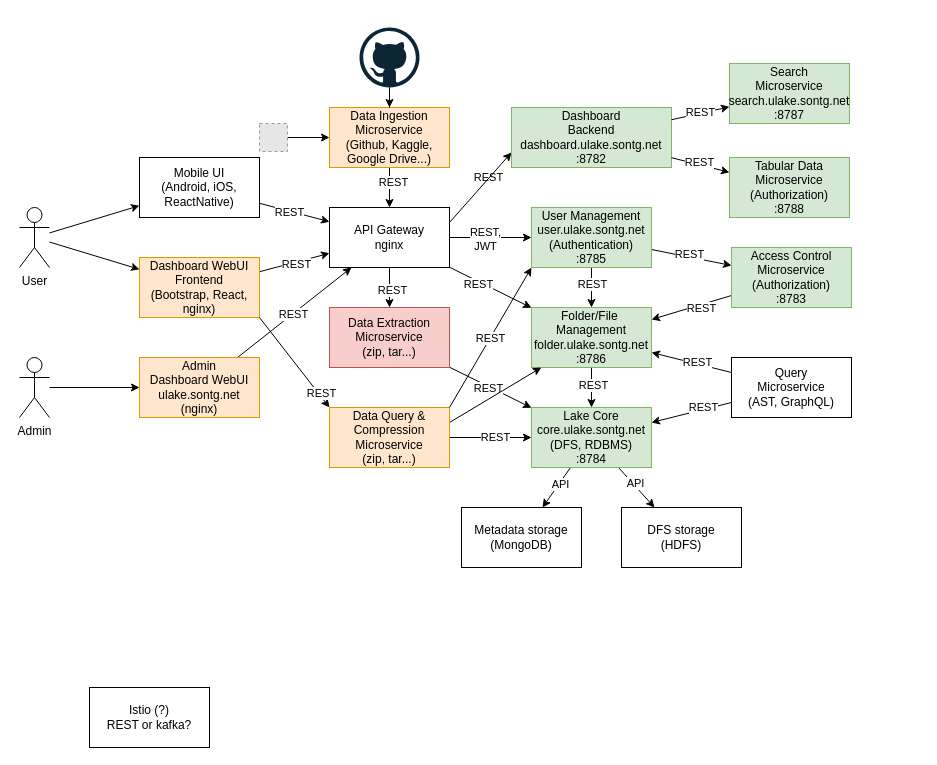
This is page "Page-1" (1 of 3) of docs/arch.drawio from larycoder/ulake-internship, a draw.io file, before an edit. Source tidied: cells renumbered, new cells numbered last; positions are measured from the earlier drawing's top-left corner, leaving out a move shared by most shapes. Both pictures are drawn from the tidied source at 100%, with x=0, y=0 at pixel (19, 27). Pictures stored in the file or linked from it are replaced by grey dashed boxes.
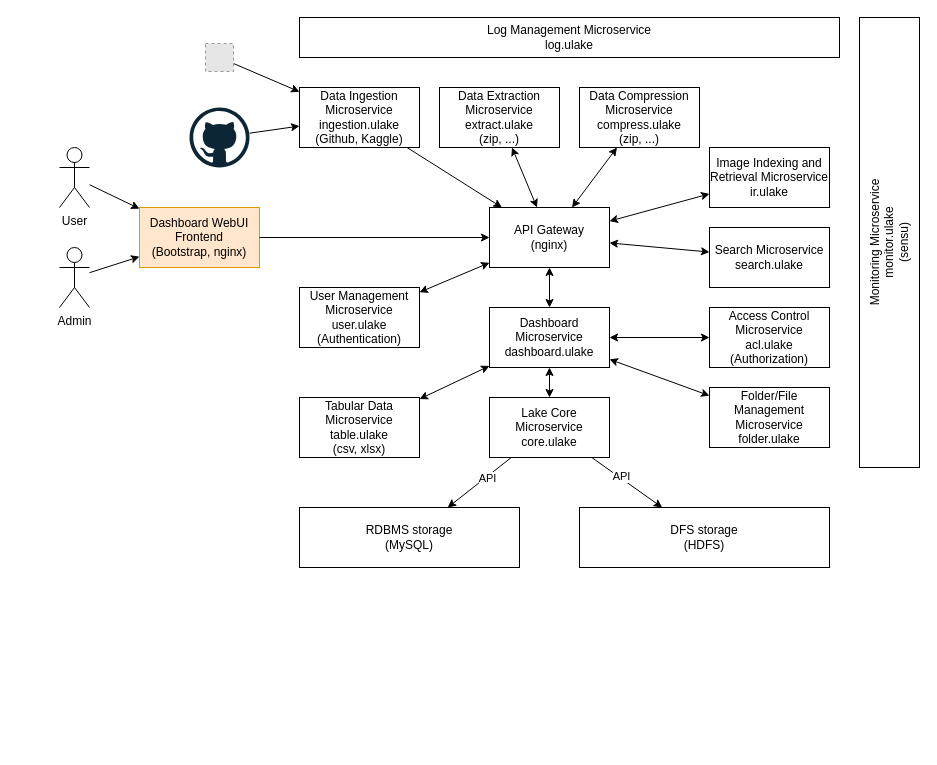
After the change.

Commit message:
docs: Update arch fig

The change refers to these unchanged cells:
```xml
<mxCell id="43" style="edgeStyle=none;rounded=0;jettySize=auto;html=1;" parent="1" edge="1" source="45" target="10">
  <mxGeometry relative="1" as="geometry" />
</mxCell>
```

What changed in the source:
```diff
@@
-    <mxCell id="2" style="edgeStyle=orthogonalEdgeStyle;rounded=0;jettySize=auto;html=1;" parent="1" edge="1" source="10" target="18">
+    <mxCell id="2" style="rounded=0;jettySize=auto;html=1;startArrow=classic;startFill=1;" parent="1" edge="1" source="10" target="18">
       <mxGeometry relative="1" as="geometry" />
     </mxCell>
-    <mxCell id="3" value="REST,&lt;br&gt;JWT" style="edgeLabel;html=1;align=center;verticalAlign=middle;" parent="2" vertex="1">
-      <mxGeometry x="-0.14" y="-1" relative="1" as="geometry" />
-    </mxCell>
-    <mxCell id="4" style="edgeStyle=orthogonalEdgeStyle;rounded=0;jettySize=auto;html=1;" parent="1" edge="1" source="10" target="53">
-      <mxGeometry relative="1" as="geometry" />
-    </mxCell>
-    <mxCell id="5" value="REST" style="edgeLabel;html=1;align=center;verticalAlign=middle;" parent="4" vertex="1">
-      <mxGeometry x="0.09" y="2" relative="1" as="geometry" />
-    </mxCell>
-    <mxCell id="6" style="rounded=0;jettySize=auto;html=1;" parent="1" edge="1" source="10" target="42">
+    <mxCell id="6" style="rounded=0;jettySize=auto;html=1;startArrow=classic;startFill=1;" parent="1" edge="1" source="67" target="42">
       <mxGeometry relative="1" as="geometry" />
     </mxCell>
-    <mxCell id="7" value="REST" style="edgeLabel;html=1;align=center;verticalAlign=middle;" parent="6" vertex="1">
-      <mxGeometry x="-0.27" y="-2" relative="1" as="geometry" />
-    </mxCell>
-    <mxCell id="8" value="REST" style="edgeLabel;html=1;align=center;verticalAlign=middle;" parent="6" vertex="1">
-      <mxGeometry x="-0.27" y="-2" relative="1" as="geometry">
-        <mxPoint x="10" y="-107" as="offset" />
-      </mxGeometry>
-    </mxCell>
-    <mxCell id="9" style="rounded=0;jettySize=auto;html=1;exitX=1;exitY=0.25;exitDx=0;exitDy=0;entryX=0;entryY=0.75;entryDx=0;entryDy=0;" parent="1" edge="1" source="10" target="67">
+    <mxCell id="9" style="rounded=0;jettySize=auto;html=1;startArrow=classic;startFill=1;" parent="1" edge="1" source="10" target="67">
       <mxGeometry relative="1" as="geometry" />
     </mxCell>
+    <mxCell id="74" style="edgeStyle=none;rounded=0;jettySize=auto;html=1;startArrow=classic;startFill=1;" parent="1" edge="1" source="10" target="68">
+      <mxGeometry relative="1" as="geometry" />
+    </mxCell>
+    <mxCell id="75" style="edgeStyle=none;rounded=0;jettySize=auto;html=1;startArrow=classic;startFill=1;" parent="1" edge="1" source="10" target="60">
+      <mxGeometry relative="1" as="geometry" />
+    </mxCell>
-    <mxCell id="10" value="API Gateway&lt;br&gt;nginx" style="rounded=0;whiteSpace=wrap;html=1;" parent="1" vertex="1">
-      <mxGeometry x="310" y="180" width="120" height="60" as="geometry" />
+    <mxCell id="10" value="API Gateway&lt;br&gt;(nginx)" style="rounded=0;whiteSpace=wrap;html=1;strokeColor=#000000;" parent="1" vertex="1">
+      <mxGeometry x="470" y="180" width="120" height="60" as="geometry" />
     </mxCell>
-    <mxCell id="11" style="edgeStyle=none;rounded=0;jettySize=auto;html=1;" parent="1" edge="1" source="13" target="31">
-      <mxGeometry relative="1" as="geometry" />
-    </mxCell>
@@
     <mxCell id="13" value="User" style="shape=umlActor;verticalLabelPosition=bottom;verticalAlign=top;html=1;outlineConnect=0;" parent="1" vertex="1">
-      <mxGeometry y="180" width="30" height="60" as="geometry" />
+      <mxGeometry x="40" y="120" width="30" height="60" as="geometry" />
     </mxCell>
-    <mxCell id="14" style="edgeStyle=none;rounded=0;jettySize=auto;html=1;" parent="1" edge="1" source="18" target="34">
-      <mxGeometry relative="1" as="geometry" />
-    </mxCell>
-    <mxCell id="15" value="REST" style="edgeLabel;html=1;align=center;verticalAlign=middle;" parent="14" vertex="1">
-      <mxGeometry x="-0.13" y="-1" relative="1" as="geometry">
-        <mxPoint x="3" y="-3" as="offset" />
-      </mxGeometry>
-    </mxCell>
-    <mxCell id="16" style="edgeStyle=none;rounded=0;jettySize=auto;html=1;" parent="1" edge="1" source="18" target="42">
-      <mxGeometry relative="1" as="geometry" />
-    </mxCell>
-    <mxCell id="17" value="REST" style="edgeLabel;html=1;align=center;verticalAlign=middle;" parent="16" vertex="1">
-      <mxGeometry x="-0.2" relative="1" as="geometry" />
-    </mxCell>
-    <mxCell id="18" value="User Management&lt;br&gt;user.ulake.sontg.net&lt;br&gt;(Authentication)&lt;br&gt;:8785" style="rounded=0;whiteSpace=wrap;html=1;fillColor=#d5e8d4;strokeColor=#82b366;" parent="1" vertex="1">
-      <mxGeometry x="512" y="180" width="120" height="60" as="geometry" />
+    <mxCell id="18" value="User Management Microservice&lt;br&gt;user.ulake&lt;br&gt;(Authentication)" style="rounded=0;whiteSpace=wrap;html=1;fillColor=none;strokeColor=#000000;" parent="1" vertex="1">
+      <mxGeometry x="280" y="260" width="120" height="60" as="geometry" />
     </mxCell>
@@
-    <mxCell id="23" style="edgeStyle=orthogonalEdgeStyle;rounded=0;jettySize=auto;html=1;startArrow=classic;startFill=1;endArrow=none;endFill=0;" parent="1" edge="1" source="25" target="60">
-      <mxGeometry relative="1" as="geometry" />
-    </mxCell>
-    <mxCell id="24" value="REST" style="edgeLabel;html=1;align=center;verticalAlign=middle;" parent="23" vertex="1">
-      <mxGeometry x="-0.1" y="-1" relative="1" as="geometry" />
-    </mxCell>
-    <mxCell id="25" value="Lake Core&lt;br&gt;core.ulake.sontg.net&lt;br&gt;(DFS, RDBMS)&lt;br&gt;:8784" style="rounded=0;whiteSpace=wrap;html=1;fillColor=#d5e8d4;strokeColor=#82b366;" parent="1" vertex="1">
-      <mxGeometry x="512" y="380" width="120" height="60" as="geometry" />
+    <mxCell id="25" value="Lake Core Microservice&lt;br&gt;core.ulake" style="rounded=0;whiteSpace=wrap;html=1;fillColor=none;strokeColor=#000000;" parent="1" vertex="1">
+      <mxGeometry x="470" y="370" width="120" height="60" as="geometry" />
     </mxCell>
-    <mxCell id="26" style="rounded=0;jettySize=auto;html=1;" parent="1" edge="1" source="28" target="10">
-      <mxGeometry relative="1" as="geometry" />
-    </mxCell>
-    <mxCell id="27" value="REST" style="edgeLabel;html=1;align=center;verticalAlign=middle;" parent="26" vertex="1">
-      <mxGeometry x="0.01" y="-2" relative="1" as="geometry" />
-    </mxCell>
-    <mxCell id="28" value="Dashboard&amp;nbsp;WebUI&lt;br&gt;Frontend&lt;br&gt;(Bootstrap, React, nginx)" style="rounded=0;whiteSpace=wrap;html=1;fillColor=#ffe6cc;strokeColor=#d79b00;" parent="1" vertex="1">
-      <mxGeometry x="120" y="230" width="120" height="60" as="geometry" />
+    <mxCell id="28" value="Dashboard&amp;nbsp;WebUI&lt;br&gt;Frontend&lt;br&gt;(Bootstrap, nginx)" style="rounded=0;whiteSpace=wrap;html=1;fillColor=#ffe6cc;strokeColor=#d79b00;" parent="1" vertex="1">
+      <mxGeometry x="120" y="180" width="120" height="60" as="geometry" />
     </mxCell>
-    <mxCell id="29" style="rounded=0;jettySize=auto;html=1;" parent="1" edge="1" source="31" target="10">
-      <mxGeometry relative="1" as="geometry" />
-    </mxCell>
-    <mxCell id="30" value="REST" style="edgeLabel;html=1;align=center;verticalAlign=middle;" parent="29" vertex="1">
-      <mxGeometry x="-0.13" y="-1" relative="1" as="geometry" />
-    </mxCell>
-    <mxCell id="31" value="Mobile UI&lt;br&gt;(Android, iOS, ReactNative)" style="rounded=0;whiteSpace=wrap;html=1;" parent="1" vertex="1">
-      <mxGeometry x="120" y="130" width="120" height="60" as="geometry" />
-    </mxCell>
-    <mxCell id="32" style="edgeStyle=none;rounded=0;jettySize=auto;html=1;" parent="1" edge="1" source="34" target="42">
-      <mxGeometry relative="1" as="geometry" />
-    </mxCell>
-    <mxCell id="33" value="REST" style="edgeLabel;html=1;align=center;verticalAlign=middle;" parent="32" vertex="1">
-      <mxGeometry x="-0.2" y="3" relative="1" as="geometry" />
-    </mxCell>
-    <mxCell id="34" value="Access Control&lt;br&gt;Microservice&lt;br&gt;(Authorization)&lt;br&gt;:8783" style="rounded=0;whiteSpace=wrap;html=1;fillColor=#d5e8d4;strokeColor=#82b366;" parent="1" vertex="1">
-      <mxGeometry x="712" y="220" width="120" height="60" as="geometry" />
+    <mxCell id="34" value="Access Control&lt;br&gt;Microservice&lt;br&gt;acl.ulake&lt;br&gt;(Authorization)" style="rounded=0;whiteSpace=wrap;html=1;fillColor=none;strokeColor=#000000;" parent="1" vertex="1">
+      <mxGeometry x="690" y="280" width="120" height="60" as="geometry" />
     </mxCell>
-    <mxCell id="35" style="edgeStyle=none;rounded=0;jettySize=auto;html=1;" parent="1" edge="1" source="39" target="42">
-      <mxGeometry relative="1" as="geometry" />
-    </mxCell>
-    <mxCell id="36" value="REST" style="edgeLabel;html=1;align=center;verticalAlign=middle;" parent="35" vertex="1">
-      <mxGeometry x="-0.12" y="-2" relative="1" as="geometry" />
-    </mxCell>
-    <mxCell id="37" style="edgeStyle=none;rounded=0;jettySize=auto;html=1;" parent="1" edge="1" source="39" target="25">
-      <mxGeometry relative="1" as="geometry" />
-    </mxCell>
-    <mxCell id="38" value="REST" style="edgeLabel;html=1;align=center;verticalAlign=middle;" parent="37" vertex="1">
-      <mxGeometry x="-0.3" y="-3" relative="1" as="geometry" />
-    </mxCell>
-    <mxCell id="39" value="Query&lt;br&gt;Microservice&lt;br&gt;(AST, GraphQL)" style="rounded=0;whiteSpace=wrap;html=1;" parent="1" vertex="1">
-      <mxGeometry x="712" y="330" width="120" height="60" as="geometry" />
-    </mxCell>
-    <mxCell id="40" style="edgeStyle=none;rounded=0;jettySize=auto;html=1;" parent="1" edge="1" source="42" target="25">
+    <mxCell id="40" style="edgeStyle=none;rounded=0;jettySize=auto;html=1;startArrow=classic;startFill=1;" parent="1" edge="1" source="67" target="25">
       <mxGeometry relative="1" as="geometry" />
     </mxCell>
-    <mxCell id="41" value="REST" style="edgeLabel;html=1;align=center;verticalAlign=middle;" parent="40" vertex="1">
-      <mxGeometry x="-0.15" y="1" relative="1" as="geometry" />
-    </mxCell>
-    <mxCell id="42" value="Folder/File&amp;nbsp; Management&lt;br&gt;folder.ulake.sontg.net&lt;br&gt;:8786" style="rounded=0;whiteSpace=wrap;html=1;fillColor=#d5e8d4;strokeColor=#82b366;" parent="1" vertex="1">
-      <mxGeometry x="512" y="280" width="120" height="60" as="geometry" />
+    <mxCell id="42" value="Folder/File Management Microservice&lt;br&gt;folder.ulake" style="rounded=0;whiteSpace=wrap;html=1;fillColor=none;strokeColor=#000000;" parent="1" vertex="1">
+      <mxGeometry x="690" y="360" width="120" height="60" as="geometry" />
     </mxCell>
@@
-    <mxCell id="44" value="REST" style="edgeLabel;html=1;align=center;verticalAlign=middle;" parent="43" vertex="1">
-      <mxGeometry x="-0.35" y="3" relative="1" as="geometry">
-        <mxPoint y="1" as="offset" />
-      </mxGeometry>
-    </mxCell>
-    <mxCell id="45" value="Data Ingestion&lt;br&gt;Microservice&lt;br&gt;(Github, Kaggle, Google Drive...)" style="rounded=0;whiteSpace=wrap;html=1;fillColor=#ffe6cc;strokeColor=#d79b00;" parent="1" vertex="1">
-      <mxGeometry x="310" y="80" width="120" height="60" as="geometry" />
+    <mxCell id="45" value="Data Ingestion Microservice&lt;br&gt;ingestion.ulake&lt;br&gt;(Github, Kaggle)" style="rounded=0;whiteSpace=wrap;html=1;fillColor=none;strokeColor=#000000;" parent="1" vertex="1">
+      <mxGeometry x="280" y="60" width="120" height="60" as="geometry" />
     </mxCell>
-    <mxCell id="46" style="edgeStyle=none;rounded=0;jettySize=auto;html=1;" parent="1" edge="1" source="48" target="10">
+    <mxCell id="46" style="edgeStyle=none;rounded=0;jettySize=auto;html=1;" parent="1" edge="1" source="28" target="10">
       <mxGeometry relative="1" as="geometry" />
     </mxCell>
-    <mxCell id="47" value="REST" style="edgeLabel;html=1;align=center;verticalAlign=middle;" parent="46" vertex="1">
-      <mxGeometry x="-0.02" relative="1" as="geometry" />
-    </mxCell>
-    <mxCell id="48" value="Admin Dashboard&amp;nbsp;WebUI&lt;br&gt;ulake.sontg.net&lt;br&gt;(nginx)" style="rounded=0;whiteSpace=wrap;html=1;fillColor=#ffe6cc;strokeColor=#d79b00;" parent="1" vertex="1">
-      <mxGeometry x="120" y="330" width="120" height="60" as="geometry" />
-    </mxCell>
-    <mxCell id="49" style="edgeStyle=none;rounded=0;jettySize=auto;html=1;" parent="1" edge="1" source="50" target="48">
+    <mxCell id="49" style="edgeStyle=none;rounded=0;jettySize=auto;html=1;" parent="1" edge="1" source="50" target="28">
       <mxGeometry relative="1" as="geometry" />
     </mxCell>
     <mxCell id="50" value="Admin" style="shape=umlActor;verticalLabelPosition=bottom;verticalAlign=top;html=1;outlineConnect=0;" parent="1" vertex="1">
-      <mxGeometry y="330" width="30" height="60" as="geometry" />
+      <mxGeometry x="40" y="220" width="30" height="60" as="geometry" />
     </mxCell>
-    <mxCell id="51" style="rounded=0;jettySize=auto;html=1;" parent="1" edge="1" source="53" target="25">
-      <mxGeometry relative="1" as="geometry" />
-    </mxCell>
-    <mxCell id="52" value="REST" style="edgeLabel;html=1;align=center;verticalAlign=middle;" parent="51" vertex="1">
-      <mxGeometry x="-0.02" y="-1" relative="1" as="geometry">
-        <mxPoint x="-1" as="offset" />
-      </mxGeometry>
-    </mxCell>
-    <mxCell id="53" value="Data Extraction Microservice&lt;br&gt;(zip, tar...)" style="rounded=0;whiteSpace=wrap;html=1;fillColor=#f8cecc;strokeColor=#b85450;" parent="1" vertex="1">
-      <mxGeometry x="310" y="280" width="120" height="60" as="geometry" />
-    </mxCell>
-    <mxCell id="54" value="Metadata storage&lt;br&gt;(MongoDB)" style="rounded=0;whiteSpace=wrap;html=1;" parent="1" vertex="1">
-      <mxGeometry x="442" y="480" width="120" height="60" as="geometry" />
+    <mxCell id="54" value="RDBMS storage&lt;br&gt;(MySQL)" style="rounded=0;whiteSpace=wrap;html=1;strokeColor=#000000;" parent="1" vertex="1">
+      <mxGeometry x="280" y="480" width="220" height="60" as="geometry" />
     </mxCell>
-    <mxCell id="55" value="DFS storage&lt;br&gt;(HDFS)" style="rounded=0;whiteSpace=wrap;html=1;" parent="1" vertex="1">
-      <mxGeometry x="602" y="480" width="120" height="60" as="geometry" />
+    <mxCell id="55" value="DFS storage&lt;br&gt;(HDFS)" style="rounded=0;whiteSpace=wrap;html=1;strokeColor=#000000;" parent="1" vertex="1">
+      <mxGeometry x="560" y="480" width="250" height="60" as="geometry" />
     </mxCell>
-    <mxCell id="56" value="Istio (?)&lt;br&gt;REST or kafka?" style="rounded=0;whiteSpace=wrap;html=1;" parent="1" vertex="1">
-      <mxGeometry x="70" y="660" width="120" height="60" as="geometry" />
-    </mxCell>
-    <mxCell id="57" style="rounded=0;jettySize=auto;html=1;exitX=1;exitY=0.25;exitDx=0;exitDy=0;" parent="1" edge="1" source="60" target="42">
-      <mxGeometry relative="1" as="geometry" />
-    </mxCell>
-    <mxCell id="58" style="edgeStyle=none;rounded=0;jettySize=auto;html=1;exitX=0;exitY=0;exitDx=0;exitDy=0;entryX=1;entryY=1;entryDx=0;entryDy=0;startArrow=classic;startFill=1;endArrow=none;endFill=0;" parent="1" edge="1" source="60" target="28">
-      <mxGeometry relative="1" as="geometry" />
-    </mxCell>
-    <mxCell id="59" value="REST" style="edgeLabel;html=1;align=center;verticalAlign=middle;" parent="58" vertex="1">
-      <mxGeometry x="-0.71" y="-1" relative="1" as="geometry">
-        <mxPoint x="1" as="offset" />
-      </mxGeometry>
-    </mxCell>
-    <mxCell id="60" value="Data Query &amp;amp; Compression&lt;br&gt;Microservice&lt;br&gt;(zip, tar...)" style="rounded=0;whiteSpace=wrap;html=1;fillColor=#ffe6cc;strokeColor=#d79b00;" parent="1" vertex="1">
-      <mxGeometry x="310" y="380" width="120" height="60" as="geometry" />
+    <mxCell id="60" value="Data Compression&lt;br&gt;Microservice&lt;br&gt;compress.ulake&lt;br&gt;(zip, ...)" style="rounded=0;whiteSpace=wrap;html=1;fillColor=none;strokeColor=#000000;" parent="1" vertex="1">
+      <mxGeometry x="560" y="60" width="120" height="60" as="geometry" />
     </mxCell>
-    <mxCell id="61" style="edgeStyle=orthogonalEdgeStyle;rounded=0;jettySize=auto;html=1;" parent="1" edge="1" source="62" target="45">
+    <mxCell id="61" style="rounded=0;jettySize=auto;html=1;" parent="1" edge="1" source="62" target="45">
       <mxGeometry relative="1" as="geometry" />
     </mxCell>
     <mxCell id="62" style="fillColor=#E6E6E6;strokeColor=#999999;dashed=1;html=1;verticalAlign=top;verticalLabelPosition=bottom;labelBackgroundColor=#ffffff;" parent="1" vertex="1">
-      <mxGeometry x="240" y="96" width="28" height="28" as="geometry" />
+      <mxGeometry x="186" y="16" width="28" height="28" as="geometry" />
     </mxCell>
-    <mxCell id="63" style="edgeStyle=orthogonalEdgeStyle;rounded=0;jettySize=auto;html=1;" parent="1" edge="1" source="64" target="45">
+    <mxCell id="63" style="rounded=0;jettySize=auto;html=1;" parent="1" edge="1" source="64" target="45">
       <mxGeometry relative="1" as="geometry" />
     </mxCell>
     <mxCell id="64" style="dashed=0;outlineConnect=0;html=1;align=center;labelPosition=center;verticalLabelPosition=bottom;verticalAlign=top;shape=mxgraph.weblogos.github;" parent="1" vertex="1">
-      <mxGeometry x="340" width="60" height="60" as="geometry" />
+      <mxGeometry x="170" y="80" width="60" height="60" as="geometry" />
     </mxCell>
-    <mxCell id="65" style="edgeStyle=none;rounded=0;jettySize=auto;html=1;exitX=1;exitY=0;exitDx=0;exitDy=0;entryX=0;entryY=1;entryDx=0;entryDy=0;" parent="1" edge="1" source="60" target="18">
-      <mxGeometry relative="1" as="geometry" />
-    </mxCell>
-    <mxCell id="66" value="REST" style="edgeLabel;html=1;align=center;verticalAlign=middle;" parent="65" vertex="1">
-      <mxGeometry x="-0.02" relative="1" as="geometry" />
-    </mxCell>
+    <mxCell id="76" style="rounded=0;jettySize=auto;html=1;startArrow=classic;startFill=1;" parent="1" edge="1" source="67" target="34">
+      <mxGeometry relative="1" as="geometry" />
+    </mxCell>
+    <mxCell id="70" style="rounded=0;jettySize=auto;html=1;startArrow=classic;startFill=1;" parent="1" edge="1" source="67" target="69">
+      <mxGeometry relative="1" as="geometry" />
+    </mxCell>
-    <mxCell id="67" value="Dashboard&lt;br&gt;Backend&lt;br&gt;dashboard.ulake.sontg.net&lt;br&gt;:8782" style="rounded=0;whiteSpace=wrap;html=1;fillColor=#d5e8d4;strokeColor=#82b366;" parent="1" vertex="1">
-      <mxGeometry x="492" y="80" width="160" height="60" as="geometry" />
+    <mxCell id="67" value="Dashboard Microservice&lt;br&gt;dashboard.ulake" style="rounded=0;whiteSpace=wrap;html=1;fillColor=none;strokeColor=#000000;" parent="1" vertex="1">
+      <mxGeometry x="470" y="280" width="120" height="60" as="geometry" />
     </mxCell>
-    <mxCell id="68" value="Search&lt;br&gt;Microservice&lt;br&gt;search.ulake.sontg.net&lt;br&gt;:8787" style="rounded=0;whiteSpace=wrap;html=1;fillColor=#d5e8d4;strokeColor=#82b366;" parent="1" vertex="1">
-      <mxGeometry x="710" y="36" width="120" height="60" as="geometry" />
+    <mxCell id="68" value="Search Microservice&lt;br&gt;search.ulake" style="rounded=0;whiteSpace=wrap;html=1;fillColor=none;strokeColor=#000000;" parent="1" vertex="1">
+      <mxGeometry x="690" y="200" width="120" height="60" as="geometry" />
     </mxCell>
-    <mxCell id="69" value="Tabular Data&lt;br&gt;Microservice&lt;br&gt;(Authorization)&lt;br&gt;:8788" style="rounded=0;whiteSpace=wrap;html=1;fillColor=#d5e8d4;strokeColor=#82b366;" parent="1" vertex="1">
-      <mxGeometry x="710" y="130" width="120" height="60" as="geometry" />
+    <mxCell id="69" value="Tabular Data&lt;br&gt;Microservice&lt;br&gt;table.ulake&lt;br&gt;(csv, xlsx)" style="rounded=0;whiteSpace=wrap;html=1;fillColor=none;strokeColor=#000000;" parent="1" vertex="1">
+      <mxGeometry x="280" y="370" width="120" height="60" as="geometry" />
     </mxCell>
-    <mxCell id="70" style="edgeStyle=none;rounded=0;jettySize=auto;html=1;startArrow=none;startFill=0;endArrow=classic;endFill=1;" parent="1" edge="1" source="67" target="69">
-      <mxGeometry relative="1" as="geometry" />
-    </mxCell>
-    <mxCell id="71" value="REST" style="edgeLabel;html=1;align=center;verticalAlign=middle;" parent="70" vertex="1">
-      <mxGeometry x="-0.13" y="-1" relative="1" as="geometry">
-        <mxPoint x="3" y="-3" as="offset" />
-      </mxGeometry>
-    </mxCell>
-    <mxCell id="72" style="edgeStyle=none;rounded=0;jettySize=auto;html=1;startArrow=none;startFill=0;endArrow=classic;endFill=1;" parent="1" edge="1" source="67" target="68">
-      <mxGeometry relative="1" as="geometry" />
-    </mxCell>
-    <mxCell id="73" value="REST" style="edgeLabel;html=1;align=center;verticalAlign=middle;" parent="72" vertex="1">
-      <mxGeometry x="-0.13" y="-1" relative="1" as="geometry">
-        <mxPoint x="3" y="-3" as="offset" />
-      </mxGeometry>
-    </mxCell>
+    <mxCell id="77" style="edgeStyle=none;rounded=0;jettySize=auto;html=1;startArrow=classic;startFill=1;" parent="1" edge="1" source="78" target="10">
+      <mxGeometry relative="1" as="geometry" />
+    </mxCell>
+    <mxCell id="78" value="Data Extraction&lt;br&gt;Microservice&lt;br&gt;extract.ulake&lt;br&gt;(zip, ...)" style="rounded=0;whiteSpace=wrap;html=1;fillColor=none;strokeColor=#000000;" parent="1" vertex="1">
+      <mxGeometry x="420" y="60" width="120" height="60" as="geometry" />
+    </mxCell>
+    <mxCell id="79" value="Log Management Microservice&lt;br&gt;log.ulake" style="rounded=0;whiteSpace=wrap;html=1;fillColor=none;strokeColor=#000000;" parent="1" vertex="1">
+      <mxGeometry x="280" y="-10" width="540" height="40" as="geometry" />
+    </mxCell>
+    <mxCell id="80" style="edgeStyle=none;rounded=0;jettySize=auto;html=1;startArrow=classic;startFill=1;" parent="1" edge="1" source="81" target="10">
+      <mxGeometry relative="1" as="geometry" />
+    </mxCell>
+    <mxCell id="81" value="Image Indexing and Retrieval&amp;nbsp;Microservice&lt;br&gt;ir.ulake" style="rounded=0;whiteSpace=wrap;html=1;fillColor=none;strokeColor=#000000;" parent="1" vertex="1">
+      <mxGeometry x="690" y="120" width="120" height="60" as="geometry" />
+    </mxCell>
+    <mxCell id="82" value="Monitoring Microservice&lt;br&gt;monitor.ulake&lt;br&gt;(sensu)" style="rounded=0;whiteSpace=wrap;html=1;fillColor=none;strokeColor=#000000;horizontal=0;" parent="1" vertex="1">
+      <mxGeometry x="840" y="-10" width="60" height="450" as="geometry" />
+    </mxCell>
```
